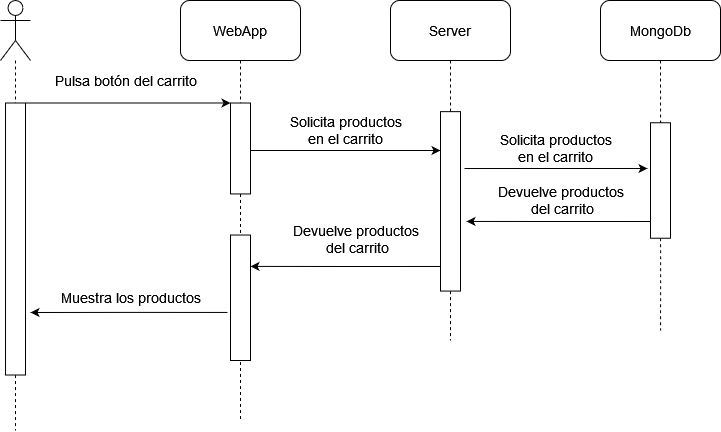
This is images/VerCarrito.png from Arquisoft/dede_es4b, a draw.io export, as it was before one commit. Source tidied: cells renumbered, new cells last; positions are measured from the earlier drawing's top-left corner, leaving out a move shared by most shapes. Source of this version:
```xml
<mxGraphModel>
  <root>
    <mxCell id="0" />
    <mxCell id="1" parent="0" />
    <mxCell id="2" style="edgeStyle=orthogonalEdgeStyle;rounded=0;jettySize=auto;html=1;dashed=1;fontSize=14;fontColor=none;endArrow=none;endFill=0;startArrow=none;" parent="1" edge="1" source="14">
      <mxGeometry relative="1" as="geometry">
        <mxPoint x="361" y="420" as="targetPoint" />
      </mxGeometry>
    </mxCell>
    <mxCell id="3" style="edgeStyle=orthogonalEdgeStyle;rounded=0;jettySize=auto;html=1;fontSize=14;fontColor=none;startArrow=none;startFill=0;endArrow=none;endFill=0;strokeColor=default;dashed=1;" parent="1" edge="1" source="30">
      <mxGeometry relative="1" as="geometry">
        <mxPoint x="781" y="330" as="targetPoint" />
      </mxGeometry>
    </mxCell>
    <mxCell id="4" style="edgeStyle=orthogonalEdgeStyle;rounded=0;jettySize=auto;html=1;fontColor=none;dashed=1;endArrow=none;endFill=0;startArrow=none;" parent="1" edge="1" source="6">
      <mxGeometry relative="1" as="geometry">
        <mxPoint x="136" y="430" as="targetPoint" />
      </mxGeometry>
    </mxCell>
    <mxCell id="5" value="Actor" style="shape=umlActor;verticalLabelPosition=bottom;verticalAlign=top;html=1;outlineConnect=0;fontColor=none;noLabel=1;" parent="1" vertex="1">
      <mxGeometry x="121" width="30" height="60" as="geometry" />
    </mxCell>
    <mxCell id="6" style="rounded=0;whiteSpace=wrap;html=1;fontColor=none;rotation=90;" parent="1" vertex="1">
      <mxGeometry y="228.5" width="272" height="20" as="geometry" />
    </mxCell>
    <mxCell id="7" style="edgeStyle=orthogonalEdgeStyle;rounded=0;jettySize=auto;html=1;fontColor=none;dashed=1;endArrow=none;endFill=0;" parent="1" edge="1" source="5" target="6">
      <mxGeometry relative="1" as="geometry" />
    </mxCell>
    <mxCell id="8" value="&lt;font style=&quot;font-size: 14px&quot;&gt;WebApp&lt;/font&gt;" style="rounded=1;whiteSpace=wrap;html=1;fontColor=none;" parent="1" vertex="1">
      <mxGeometry x="301" width="120" height="60" as="geometry" />
    </mxCell>
    <mxCell id="9" style="edgeStyle=orthogonalEdgeStyle;rounded=0;jettySize=auto;html=1;fontSize=14;fontColor=none;startArrow=none;startFill=0;endArrow=none;endFill=0;strokeColor=default;dashed=1;" parent="1" edge="1" source="28">
      <mxGeometry relative="1" as="geometry">
        <mxPoint x="571" y="340" as="targetPoint" />
      </mxGeometry>
    </mxCell>
    <mxCell id="10" value="&lt;font style=&quot;font-size: 14px&quot;&gt;Server&lt;/font&gt;" style="rounded=1;whiteSpace=wrap;html=1;fontColor=none;" parent="1" vertex="1">
      <mxGeometry x="511" width="120" height="60" as="geometry" />
    </mxCell>
    <mxCell id="11" value="&lt;font style=&quot;font-size: 14px&quot;&gt;MongoDb&lt;/font&gt;" style="rounded=1;whiteSpace=wrap;html=1;fontColor=none;" parent="1" vertex="1">
      <mxGeometry x="721" width="120" height="60" as="geometry" />
    </mxCell>
    <mxCell id="12" style="endArrow=classic;html=1;rounded=0;fontSize=14;fontColor=none;exitX=0;exitY=0;exitDx=0;exitDy=0;entryX=0;entryY=1;entryDx=0;entryDy=0;" parent="1" edge="1" source="6" target="14">
      <mxGeometry relative="1" as="geometry" />
    </mxCell>
    <mxCell id="13" style="edgeStyle=orthogonalEdgeStyle;rounded=0;jettySize=auto;html=1;exitX=0.75;exitY=0;exitDx=0;exitDy=0;fontSize=14;fontColor=none;startArrow=none;startFill=0;endArrow=classic;endFill=1;strokeColor=default;" parent="1" edge="1" source="14">
      <mxGeometry relative="1" as="geometry">
        <mxPoint x="561" y="150" as="targetPoint" />
        <Array as="points">
          <mxPoint x="371" y="150" />
          <mxPoint x="561" y="150" />
        </Array>
      </mxGeometry>
    </mxCell>
    <mxCell id="14" style="rounded=0;whiteSpace=wrap;html=1;fontColor=none;rotation=90;" parent="1" vertex="1">
      <mxGeometry x="315.5" y="138" width="90.9" height="20" as="geometry" />
    </mxCell>
    <mxCell id="15" style="edgeStyle=orthogonalEdgeStyle;rounded=0;jettySize=auto;html=1;dashed=1;fontSize=14;fontColor=none;endArrow=none;endFill=0;" parent="1" edge="1" source="8" target="14">
      <mxGeometry relative="1" as="geometry" />
    </mxCell>
    <mxCell id="16" value="Pulsa botón del carrito" style="text;html=1;align=center;verticalAlign=middle;strokeColor=none;fillColor=none;fontSize=14;fontColor=none;" parent="1" vertex="1">
      <mxGeometry x="166" y="70" width="160" height="20" as="geometry" />
    </mxCell>
    <mxCell id="17" style="edgeStyle=orthogonalEdgeStyle;rounded=0;jettySize=auto;html=1;exitX=0.617;exitY=1.15;exitDx=0;exitDy=0;fontSize=14;fontColor=none;startArrow=none;startFill=0;endArrow=classic;endFill=1;strokeColor=default;exitPerimeter=0;" parent="1" edge="1" source="18">
      <mxGeometry relative="1" as="geometry">
        <mxPoint x="151" y="312" as="targetPoint" />
      </mxGeometry>
    </mxCell>
    <mxCell id="18" style="rounded=0;whiteSpace=wrap;html=1;fontColor=none;rotation=90;" parent="1" vertex="1">
      <mxGeometry x="298.3" y="287.3" width="125.5" height="20" as="geometry" />
    </mxCell>
    <mxCell id="19" style="edgeStyle=orthogonalEdgeStyle;rounded=0;jettySize=auto;html=1;exitX=0.5;exitY=0;exitDx=0;exitDy=0;fontSize=14;fontColor=none;startArrow=none;startFill=0;endArrow=classic;endFill=1;strokeColor=default;" parent="1" edge="1" source="30">
      <mxGeometry relative="1" as="geometry">
        <mxPoint x="781" y="200" as="targetPoint" />
      </mxGeometry>
    </mxCell>
    <mxCell id="20" style="edgeStyle=orthogonalEdgeStyle;rounded=0;jettySize=auto;html=1;exitX=0.855;exitY=1;exitDx=0;exitDy=0;entryX=0.612;entryY=-0.3;entryDx=0;entryDy=0;fontSize=14;fontColor=none;startArrow=none;startFill=0;endArrow=classic;endFill=1;strokeColor=default;entryPerimeter=0;exitPerimeter=0;" parent="1" edge="1" source="30" target="28">
      <mxGeometry relative="1" as="geometry" />
    </mxCell>
    <mxCell id="21" value="&lt;div&gt;Solicita productos &lt;br&gt;&lt;/div&gt;&lt;div&gt;en el carrito&lt;/div&gt;" style="text;html=1;align=center;verticalAlign=middle;strokeColor=none;fillColor=none;fontSize=14;fontColor=none;" parent="1" vertex="1">
      <mxGeometry x="401" y="110" width="130" height="40" as="geometry" />
    </mxCell>
    <mxCell id="22" style="edgeStyle=orthogonalEdgeStyle;rounded=0;jettySize=auto;html=1;exitX=0.317;exitY=-0.2;exitDx=0;exitDy=0;fontSize=14;fontColor=none;startArrow=none;startFill=0;endArrow=classic;endFill=1;strokeColor=default;exitPerimeter=0;entryX=0.396;entryY=1.15;entryDx=0;entryDy=0;entryPerimeter=0;" parent="1" edge="1" source="28" target="30">
      <mxGeometry relative="1" as="geometry" />
    </mxCell>
    <mxCell id="23" style="edgeStyle=orthogonalEdgeStyle;rounded=0;jettySize=auto;html=1;entryX=0.25;entryY=0;entryDx=0;entryDy=0;fontSize=14;fontColor=none;startArrow=none;startFill=0;endArrow=classic;endFill=1;strokeColor=default;exitX=0.863;exitY=1;exitDx=0;exitDy=0;exitPerimeter=0;" parent="1" edge="1" source="28" target="18">
      <mxGeometry relative="1" as="geometry" />
    </mxCell>
    <mxCell id="24" value="&lt;div&gt;Solicita productos &lt;br&gt;&lt;/div&gt;&lt;div&gt;en el carrito&lt;/div&gt;" style="text;html=1;align=center;verticalAlign=middle;strokeColor=none;fillColor=none;fontSize=14;fontColor=none;" parent="1" vertex="1">
      <mxGeometry x="611" y="128" width="130" height="40" as="geometry" />
    </mxCell>
    <mxCell id="25" value="&lt;div&gt;Devuelve productos&lt;/div&gt;&lt;div&gt;&amp;nbsp;del carrito&lt;/div&gt;" style="text;html=1;align=center;verticalAlign=middle;strokeColor=none;fillColor=none;fontSize=14;fontColor=none;" parent="1" vertex="1">
      <mxGeometry x="611" y="180" width="140" height="40" as="geometry" />
    </mxCell>
    <mxCell id="26" value="&lt;div&gt;Devuelve productos&lt;/div&gt;&lt;div&gt;&amp;nbsp;del carrito&lt;/div&gt;" style="text;html=1;align=center;verticalAlign=middle;strokeColor=none;fillColor=none;fontSize=14;fontColor=none;" parent="1" vertex="1">
      <mxGeometry x="406.5" y="218.5" width="140" height="40" as="geometry" />
    </mxCell>
    <mxCell id="27" value="Muestra los productos" style="text;html=1;align=center;verticalAlign=middle;strokeColor=none;fillColor=none;fontSize=14;fontColor=none;" parent="1" vertex="1">
      <mxGeometry x="171" y="287.3" width="160" height="20" as="geometry" />
    </mxCell>
    <mxCell id="28" style="rounded=0;whiteSpace=wrap;html=1;fontColor=none;rotation=90;" parent="1" vertex="1">
      <mxGeometry x="481.3" y="190.8" width="179.4" height="20" as="geometry" />
    </mxCell>
    <mxCell id="29" style="edgeStyle=orthogonalEdgeStyle;rounded=0;jettySize=auto;html=1;fontSize=14;fontColor=none;startArrow=none;startFill=0;endArrow=none;endFill=0;strokeColor=default;dashed=1;" parent="1" edge="1" source="10" target="28">
      <mxGeometry relative="1" as="geometry" />
    </mxCell>
    <mxCell id="30" style="rounded=0;whiteSpace=wrap;html=1;fontColor=none;rotation=90;" parent="1" vertex="1">
      <mxGeometry x="723.3" y="170" width="115.5" height="20" as="geometry" />
    </mxCell>
    <mxCell id="31" style="edgeStyle=orthogonalEdgeStyle;rounded=0;jettySize=auto;html=1;fontSize=14;fontColor=none;startArrow=none;startFill=0;endArrow=none;endFill=0;strokeColor=default;dashed=1;" parent="1" edge="1" source="11" target="30">
      <mxGeometry relative="1" as="geometry" />
    </mxCell>
  </root>
</mxGraphModel>
```
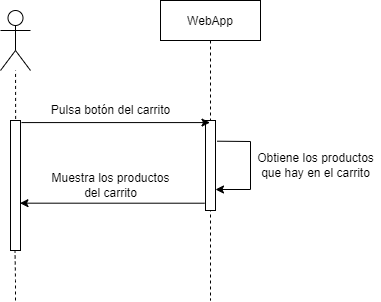
The same diagram one commit later.

The edit, as a diff of the source:
```diff
@@ -2,113 +2,50 @@
   <root>
     <mxCell id="0" />
     <mxCell id="1" parent="0" />
-    <mxCell id="2" style="edgeStyle=orthogonalEdgeStyle;rounded=0;jettySize=auto;html=1;dashed=1;fontSize=14;fontColor=none;endArrow=none;endFill=0;startArrow=none;" parent="1" edge="1" source="14">
-      <mxGeometry relative="1" as="geometry">
-        <mxPoint x="361" y="420" as="targetPoint" />
-      </mxGeometry>
-    </mxCell>
-    <mxCell id="3" style="edgeStyle=orthogonalEdgeStyle;rounded=0;jettySize=auto;html=1;fontSize=14;fontColor=none;startArrow=none;startFill=0;endArrow=none;endFill=0;strokeColor=default;dashed=1;" parent="1" edge="1" source="30">
-      <mxGeometry relative="1" as="geometry">
-        <mxPoint x="781" y="330" as="targetPoint" />
-      </mxGeometry>
-    </mxCell>
-    <mxCell id="4" style="edgeStyle=orthogonalEdgeStyle;rounded=0;jettySize=auto;html=1;fontColor=none;dashed=1;endArrow=none;endFill=0;startArrow=none;" parent="1" edge="1" source="6">
-      <mxGeometry relative="1" as="geometry">
-        <mxPoint x="136" y="430" as="targetPoint" />
-      </mxGeometry>
-    </mxCell>
-    <mxCell id="5" value="Actor" style="shape=umlActor;verticalLabelPosition=bottom;verticalAlign=top;html=1;outlineConnect=0;fontColor=none;noLabel=1;" parent="1" vertex="1">
-      <mxGeometry x="121" width="30" height="60" as="geometry" />
-    </mxCell>
-    <mxCell id="6" style="rounded=0;whiteSpace=wrap;html=1;fontColor=none;rotation=90;" parent="1" vertex="1">
-      <mxGeometry y="228.5" width="272" height="20" as="geometry" />
-    </mxCell>
-    <mxCell id="7" style="edgeStyle=orthogonalEdgeStyle;rounded=0;jettySize=auto;html=1;fontColor=none;dashed=1;endArrow=none;endFill=0;" parent="1" edge="1" source="5" target="6">
-      <mxGeometry relative="1" as="geometry" />
-    </mxCell>
-    <mxCell id="8" value="&lt;font style=&quot;font-size: 14px&quot;&gt;WebApp&lt;/font&gt;" style="rounded=1;whiteSpace=wrap;html=1;fontColor=none;" parent="1" vertex="1">
-      <mxGeometry x="301" width="120" height="60" as="geometry" />
+    <mxCell id="8" value="WebApp" style="shape=umlLifeline;perimeter=lifelinePerimeter;rounded=0;shadow=0;strokeWidth=1;" parent="1" vertex="1">
+      <mxGeometry x="361" y="60" width="100" height="300" as="geometry" />
     </mxCell>
-    <mxCell id="9" style="edgeStyle=orthogonalEdgeStyle;rounded=0;jettySize=auto;html=1;fontSize=14;fontColor=none;startArrow=none;startFill=0;endArrow=none;endFill=0;strokeColor=default;dashed=1;" parent="1" edge="1" source="28">
-      <mxGeometry relative="1" as="geometry">
-        <mxPoint x="571" y="340" as="targetPoint" />
-      </mxGeometry>
-    </mxCell>
-    <mxCell id="10" value="&lt;font style=&quot;font-size: 14px&quot;&gt;Server&lt;/font&gt;" style="rounded=1;whiteSpace=wrap;html=1;fontColor=none;" parent="1" vertex="1">
-      <mxGeometry x="511" width="120" height="60" as="geometry" />
-    </mxCell>
-    <mxCell id="11" value="&lt;font style=&quot;font-size: 14px&quot;&gt;MongoDb&lt;/font&gt;" style="rounded=1;whiteSpace=wrap;html=1;fontColor=none;" parent="1" vertex="1">
-      <mxGeometry x="721" width="120" height="60" as="geometry" />
-    </mxCell>
-    <mxCell id="12" style="endArrow=classic;html=1;rounded=0;fontSize=14;fontColor=none;exitX=0;exitY=0;exitDx=0;exitDy=0;entryX=0;entryY=1;entryDx=0;entryDy=0;" parent="1" edge="1" source="6" target="14">
-      <mxGeometry relative="1" as="geometry" />
-    </mxCell>
-    <mxCell id="13" style="edgeStyle=orthogonalEdgeStyle;rounded=0;jettySize=auto;html=1;exitX=0.75;exitY=0;exitDx=0;exitDy=0;fontSize=14;fontColor=none;startArrow=none;startFill=0;endArrow=classic;endFill=1;strokeColor=default;" parent="1" edge="1" source="14">
-      <mxGeometry relative="1" as="geometry">
-        <mxPoint x="561" y="150" as="targetPoint" />
-        <Array as="points">
-          <mxPoint x="371" y="150" />
-          <mxPoint x="561" y="150" />
-        </Array>
-      </mxGeometry>
-    </mxCell>
-    <mxCell id="14" style="rounded=0;whiteSpace=wrap;html=1;fontColor=none;rotation=90;" parent="1" vertex="1">
-      <mxGeometry x="315.5" y="138" width="90.9" height="20" as="geometry" />
-    </mxCell>
-    <mxCell id="15" style="edgeStyle=orthogonalEdgeStyle;rounded=0;jettySize=auto;html=1;dashed=1;fontSize=14;fontColor=none;endArrow=none;endFill=0;" parent="1" edge="1" source="8" target="14">
-      <mxGeometry relative="1" as="geometry" />
-    </mxCell>
+    <mxCell id="32" style="points=[];perimeter=orthogonalPerimeter;rounded=0;shadow=0;strokeWidth=1;" parent="8" vertex="1">
+      <mxGeometry x="45" y="120" width="10" height="90" as="geometry" />
+    </mxCell>
+    <mxCell id="33" style="endArrow=classic;html=1;rounded=0;exitX=1.169;exitY=0.23;exitDx=0;exitDy=0;exitPerimeter=0;" parent="8" edge="1" source="32" target="32">
+      <mxGeometry relative="1" as="geometry">
+        <Array as="points">
+          <mxPoint x="90" y="141" />
+        </Array>
+      </mxGeometry>
+    </mxCell>
+    <mxCell id="34" style="points=[];perimeter=orthogonalPerimeter;rounded=0;shadow=0;strokeWidth=1;" parent="1" vertex="1">
+      <mxGeometry x="211" y="180" width="10" height="130" as="geometry" />
+    </mxCell>
+    <mxCell id="35" style="shape=umlActor;verticalLabelPosition=bottom;verticalAlign=top;html=1;outlineConnect=0;" parent="1" vertex="1">
+      <mxGeometry x="201" y="70" width="30" height="60" as="geometry" />
+    </mxCell>
+    <mxCell id="36" style="endArrow=none;dashed=1;html=1;rounded=0;exitX=0.514;exitY=-0.012;exitDx=0;exitDy=0;exitPerimeter=0;" parent="1" edge="1" source="34" target="35">
+      <mxGeometry relative="1" as="geometry" />
+    </mxCell>
+    <mxCell id="37" style="endArrow=classic;html=1;rounded=0;exitX=1.1;exitY=0.016;exitDx=0;exitDy=0;exitPerimeter=0;" parent="1" edge="1" source="34" target="8">
+      <mxGeometry relative="1" as="geometry" />
+    </mxCell>
-    <mxCell id="16" value="Pulsa botón del carrito" style="text;html=1;align=center;verticalAlign=middle;strokeColor=none;fillColor=none;fontSize=14;fontColor=none;" parent="1" vertex="1">
-      <mxGeometry x="166" y="70" width="160" height="20" as="geometry" />
+    <mxCell id="16" value="Pulsa botón del carrito" style="text;html=1;align=center;verticalAlign=middle;strokeColor=none;fillColor=none;" parent="1" vertex="1">
+      <mxGeometry x="246" y="160" width="130" height="20" as="geometry" />
     </mxCell>
-    <mxCell id="17" style="edgeStyle=orthogonalEdgeStyle;rounded=0;jettySize=auto;html=1;exitX=0.617;exitY=1.15;exitDx=0;exitDy=0;fontSize=14;fontColor=none;startArrow=none;startFill=0;endArrow=classic;endFill=1;strokeColor=default;exitPerimeter=0;" parent="1" edge="1" source="18">
-      <mxGeometry relative="1" as="geometry">
-        <mxPoint x="151" y="312" as="targetPoint" />
-      </mxGeometry>
-    </mxCell>
-    <mxCell id="18" style="rounded=0;whiteSpace=wrap;html=1;fontColor=none;rotation=90;" parent="1" vertex="1">
-      <mxGeometry x="298.3" y="287.3" width="125.5" height="20" as="geometry" />
-    </mxCell>
-    <mxCell id="19" style="edgeStyle=orthogonalEdgeStyle;rounded=0;jettySize=auto;html=1;exitX=0.5;exitY=0;exitDx=0;exitDy=0;fontSize=14;fontColor=none;startArrow=none;startFill=0;endArrow=classic;endFill=1;strokeColor=default;" parent="1" edge="1" source="30">
-      <mxGeometry relative="1" as="geometry">
-        <mxPoint x="781" y="200" as="targetPoint" />
-      </mxGeometry>
-    </mxCell>
-    <mxCell id="20" style="edgeStyle=orthogonalEdgeStyle;rounded=0;jettySize=auto;html=1;exitX=0.855;exitY=1;exitDx=0;exitDy=0;entryX=0.612;entryY=-0.3;entryDx=0;entryDy=0;fontSize=14;fontColor=none;startArrow=none;startFill=0;endArrow=classic;endFill=1;strokeColor=default;entryPerimeter=0;exitPerimeter=0;" parent="1" edge="1" source="30" target="28">
-      <mxGeometry relative="1" as="geometry" />
-    </mxCell>
-    <mxCell id="21" value="&lt;div&gt;Solicita productos &lt;br&gt;&lt;/div&gt;&lt;div&gt;en el carrito&lt;/div&gt;" style="text;html=1;align=center;verticalAlign=middle;strokeColor=none;fillColor=none;fontSize=14;fontColor=none;" parent="1" vertex="1">
-      <mxGeometry x="401" y="110" width="130" height="40" as="geometry" />
-    </mxCell>
-    <mxCell id="22" style="edgeStyle=orthogonalEdgeStyle;rounded=0;jettySize=auto;html=1;exitX=0.317;exitY=-0.2;exitDx=0;exitDy=0;fontSize=14;fontColor=none;startArrow=none;startFill=0;endArrow=classic;endFill=1;strokeColor=default;exitPerimeter=0;entryX=0.396;entryY=1.15;entryDx=0;entryDy=0;entryPerimeter=0;" parent="1" edge="1" source="28" target="30">
-      <mxGeometry relative="1" as="geometry" />
-    </mxCell>
-    <mxCell id="23" style="edgeStyle=orthogonalEdgeStyle;rounded=0;jettySize=auto;html=1;entryX=0.25;entryY=0;entryDx=0;entryDy=0;fontSize=14;fontColor=none;startArrow=none;startFill=0;endArrow=classic;endFill=1;strokeColor=default;exitX=0.863;exitY=1;exitDx=0;exitDy=0;exitPerimeter=0;" parent="1" edge="1" source="28" target="18">
-      <mxGeometry relative="1" as="geometry" />
-    </mxCell>
-    <mxCell id="24" value="&lt;div&gt;Solicita productos &lt;br&gt;&lt;/div&gt;&lt;div&gt;en el carrito&lt;/div&gt;" style="text;html=1;align=center;verticalAlign=middle;strokeColor=none;fillColor=none;fontSize=14;fontColor=none;" parent="1" vertex="1">
-      <mxGeometry x="611" y="128" width="130" height="40" as="geometry" />
-    </mxCell>
-    <mxCell id="25" value="&lt;div&gt;Devuelve productos&lt;/div&gt;&lt;div&gt;&amp;nbsp;del carrito&lt;/div&gt;" style="text;html=1;align=center;verticalAlign=middle;strokeColor=none;fillColor=none;fontSize=14;fontColor=none;" parent="1" vertex="1">
-      <mxGeometry x="611" y="180" width="140" height="40" as="geometry" />
-    </mxCell>
-    <mxCell id="26" value="&lt;div&gt;Devuelve productos&lt;/div&gt;&lt;div&gt;&amp;nbsp;del carrito&lt;/div&gt;" style="text;html=1;align=center;verticalAlign=middle;strokeColor=none;fillColor=none;fontSize=14;fontColor=none;" parent="1" vertex="1">
-      <mxGeometry x="406.5" y="218.5" width="140" height="40" as="geometry" />
-    </mxCell>
-    <mxCell id="27" value="Muestra los productos" style="text;html=1;align=center;verticalAlign=middle;strokeColor=none;fillColor=none;fontSize=14;fontColor=none;" parent="1" vertex="1">
-      <mxGeometry x="171" y="287.3" width="160" height="20" as="geometry" />
-    </mxCell>
-    <mxCell id="28" style="rounded=0;whiteSpace=wrap;html=1;fontColor=none;rotation=90;" parent="1" vertex="1">
-      <mxGeometry x="481.3" y="190.8" width="179.4" height="20" as="geometry" />
-    </mxCell>
-    <mxCell id="29" style="edgeStyle=orthogonalEdgeStyle;rounded=0;jettySize=auto;html=1;fontSize=14;fontColor=none;startArrow=none;startFill=0;endArrow=none;endFill=0;strokeColor=default;dashed=1;" parent="1" edge="1" source="10" target="28">
-      <mxGeometry relative="1" as="geometry" />
-    </mxCell>
-    <mxCell id="30" style="rounded=0;whiteSpace=wrap;html=1;fontColor=none;rotation=90;" parent="1" vertex="1">
-      <mxGeometry x="723.3" y="170" width="115.5" height="20" as="geometry" />
-    </mxCell>
-    <mxCell id="31" style="edgeStyle=orthogonalEdgeStyle;rounded=0;jettySize=auto;html=1;fontSize=14;fontColor=none;startArrow=none;startFill=0;endArrow=none;endFill=0;strokeColor=default;dashed=1;" parent="1" edge="1" source="11" target="30">
-      <mxGeometry relative="1" as="geometry" />
-    </mxCell>
+    <mxCell id="38" style="endArrow=none;dashed=1;html=1;rounded=0;entryX=0.452;entryY=1.008;entryDx=0;entryDy=0;entryPerimeter=0;" parent="1" edge="1" target="34">
+      <mxGeometry relative="1" as="geometry">
+        <mxPoint x="216" y="360" as="sourcePoint" />
+        <Array as="points">
+          <mxPoint x="216" y="340" />
+        </Array>
+      </mxGeometry>
+    </mxCell>
+    <mxCell id="39" style="endArrow=classic;html=1;rounded=0;entryX=0.945;entryY=0.636;entryDx=0;entryDy=0;entryPerimeter=0;exitX=-0.072;exitY=0.919;exitDx=0;exitDy=0;exitPerimeter=0;" parent="1" edge="1" source="32" target="34">
+      <mxGeometry relative="1" as="geometry" />
+    </mxCell>
+    <mxCell id="40" value="Obtiene los productos&lt;br&gt;que hay en el carrito" style="text;html=1;align=center;verticalAlign=middle;strokeColor=none;fillColor=none;" parent="1" vertex="1">
+      <mxGeometry x="451" y="210" width="130" height="30" as="geometry" />
+    </mxCell>
+    <mxCell id="41" value="Muestra los productos&lt;br&gt;del carrito" style="text;html=1;align=center;verticalAlign=middle;strokeColor=none;fillColor=none;" parent="1" vertex="1">
+      <mxGeometry x="246" y="230" width="130" height="30" as="geometry" />
+    </mxCell>
   </root>
 </mxGraphModel>
```
